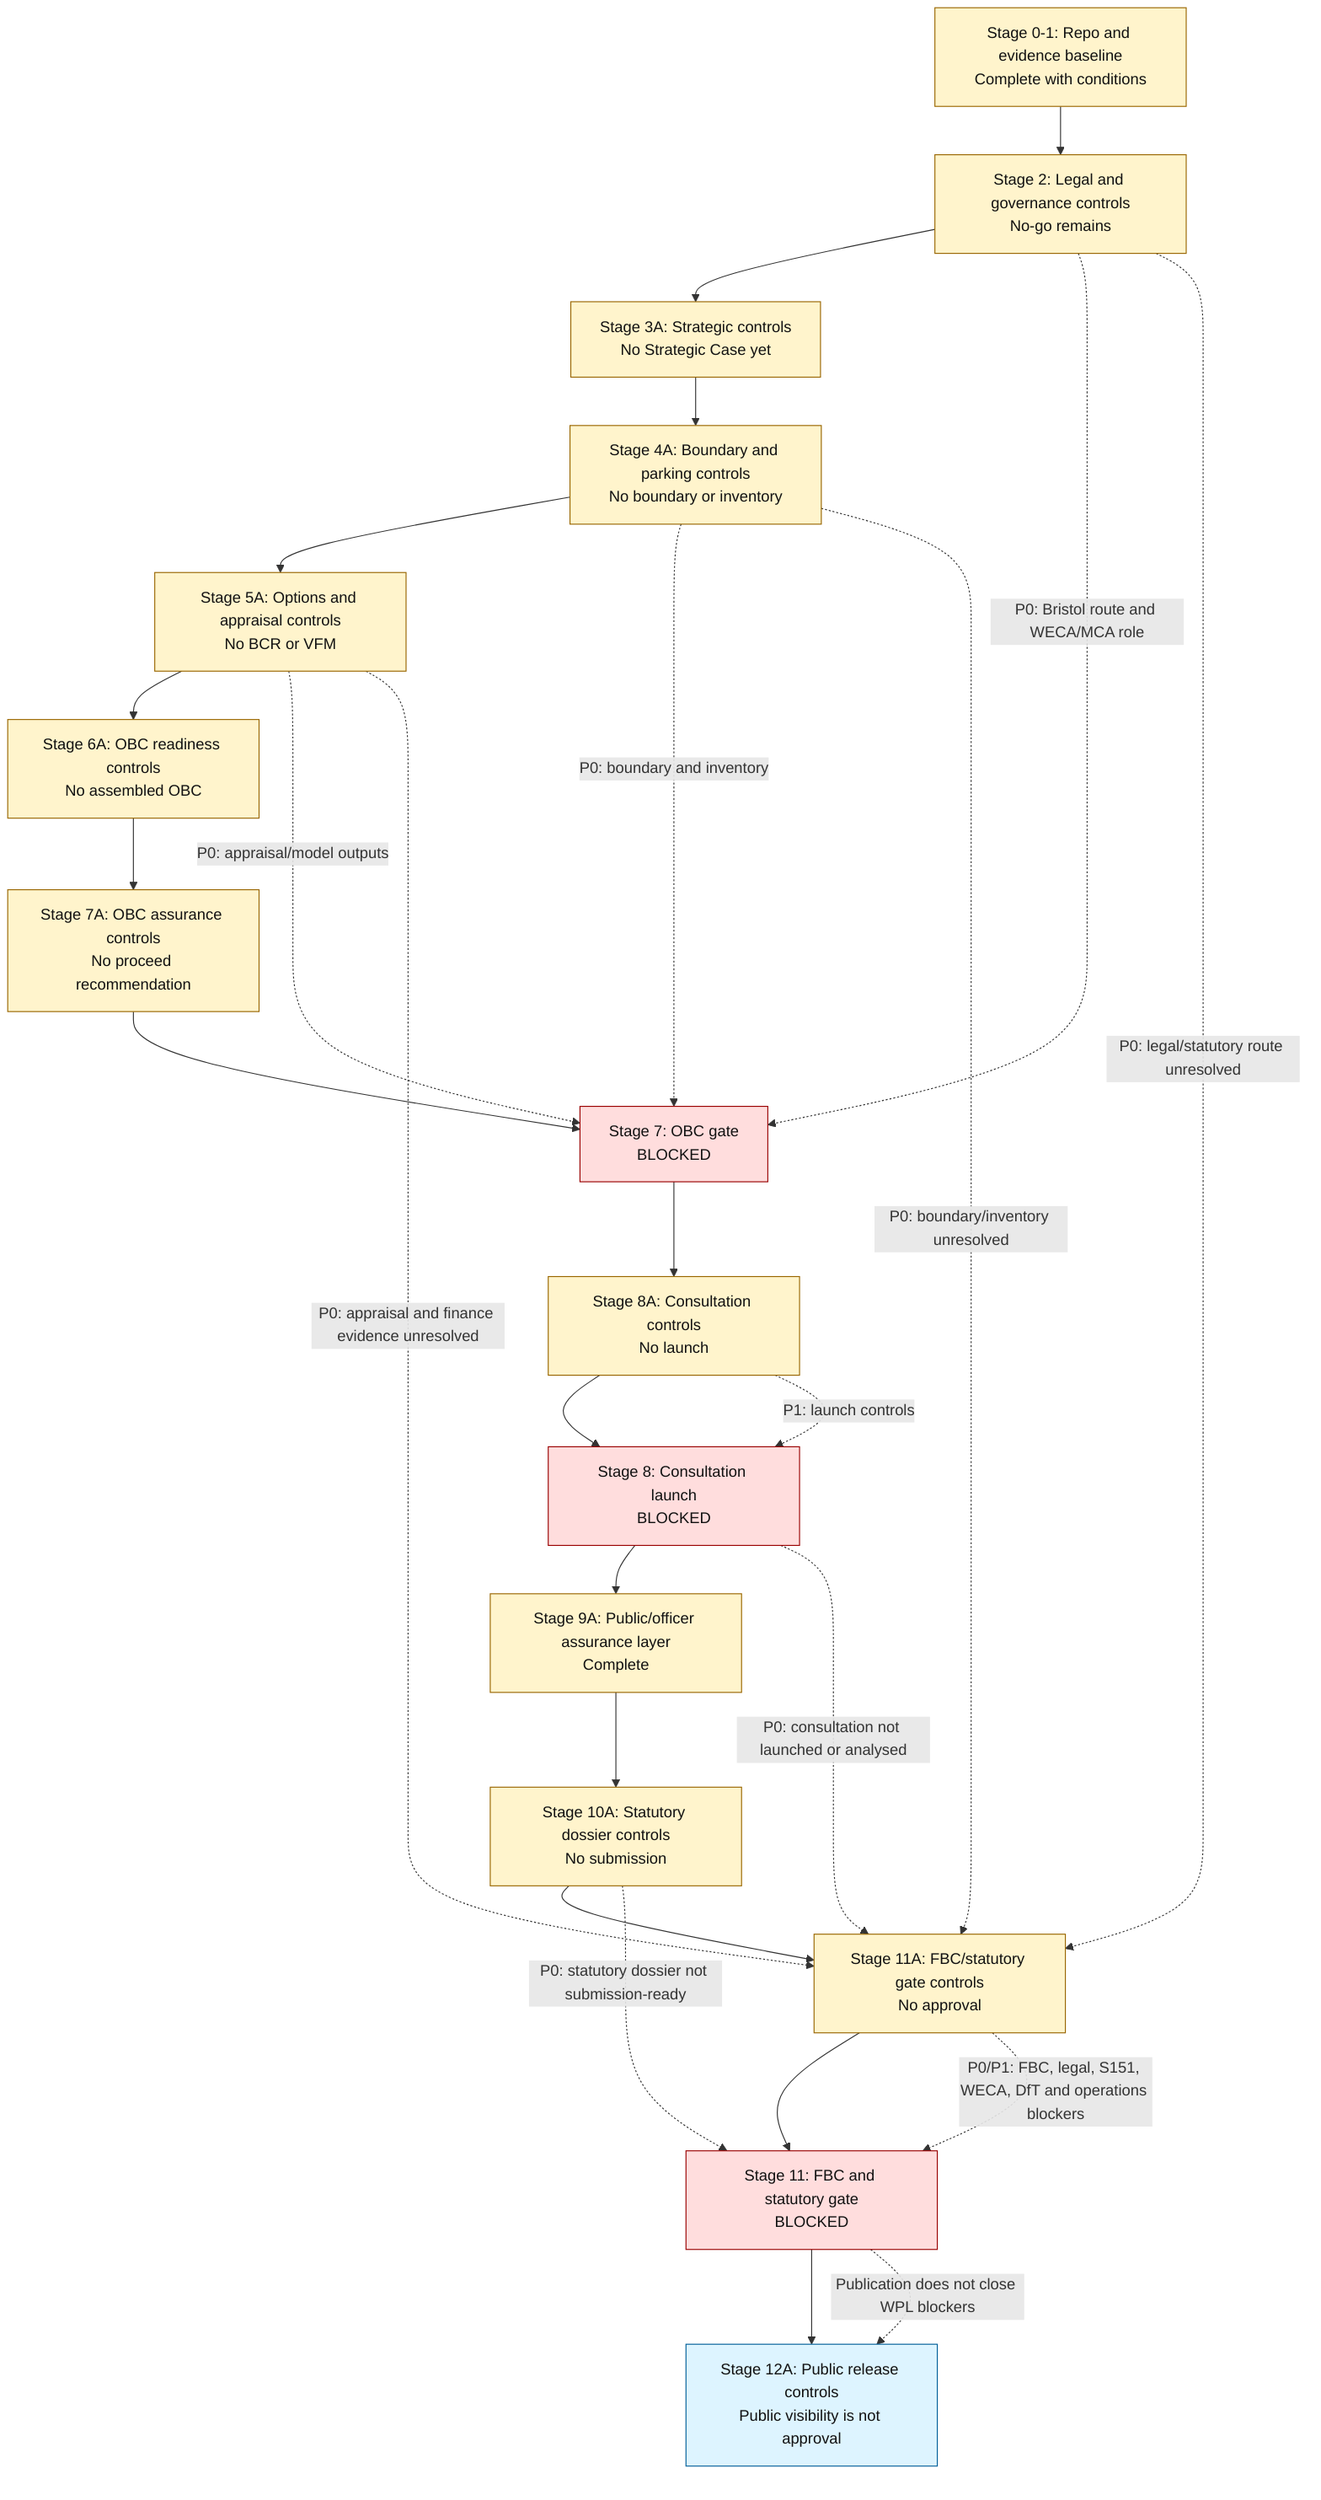
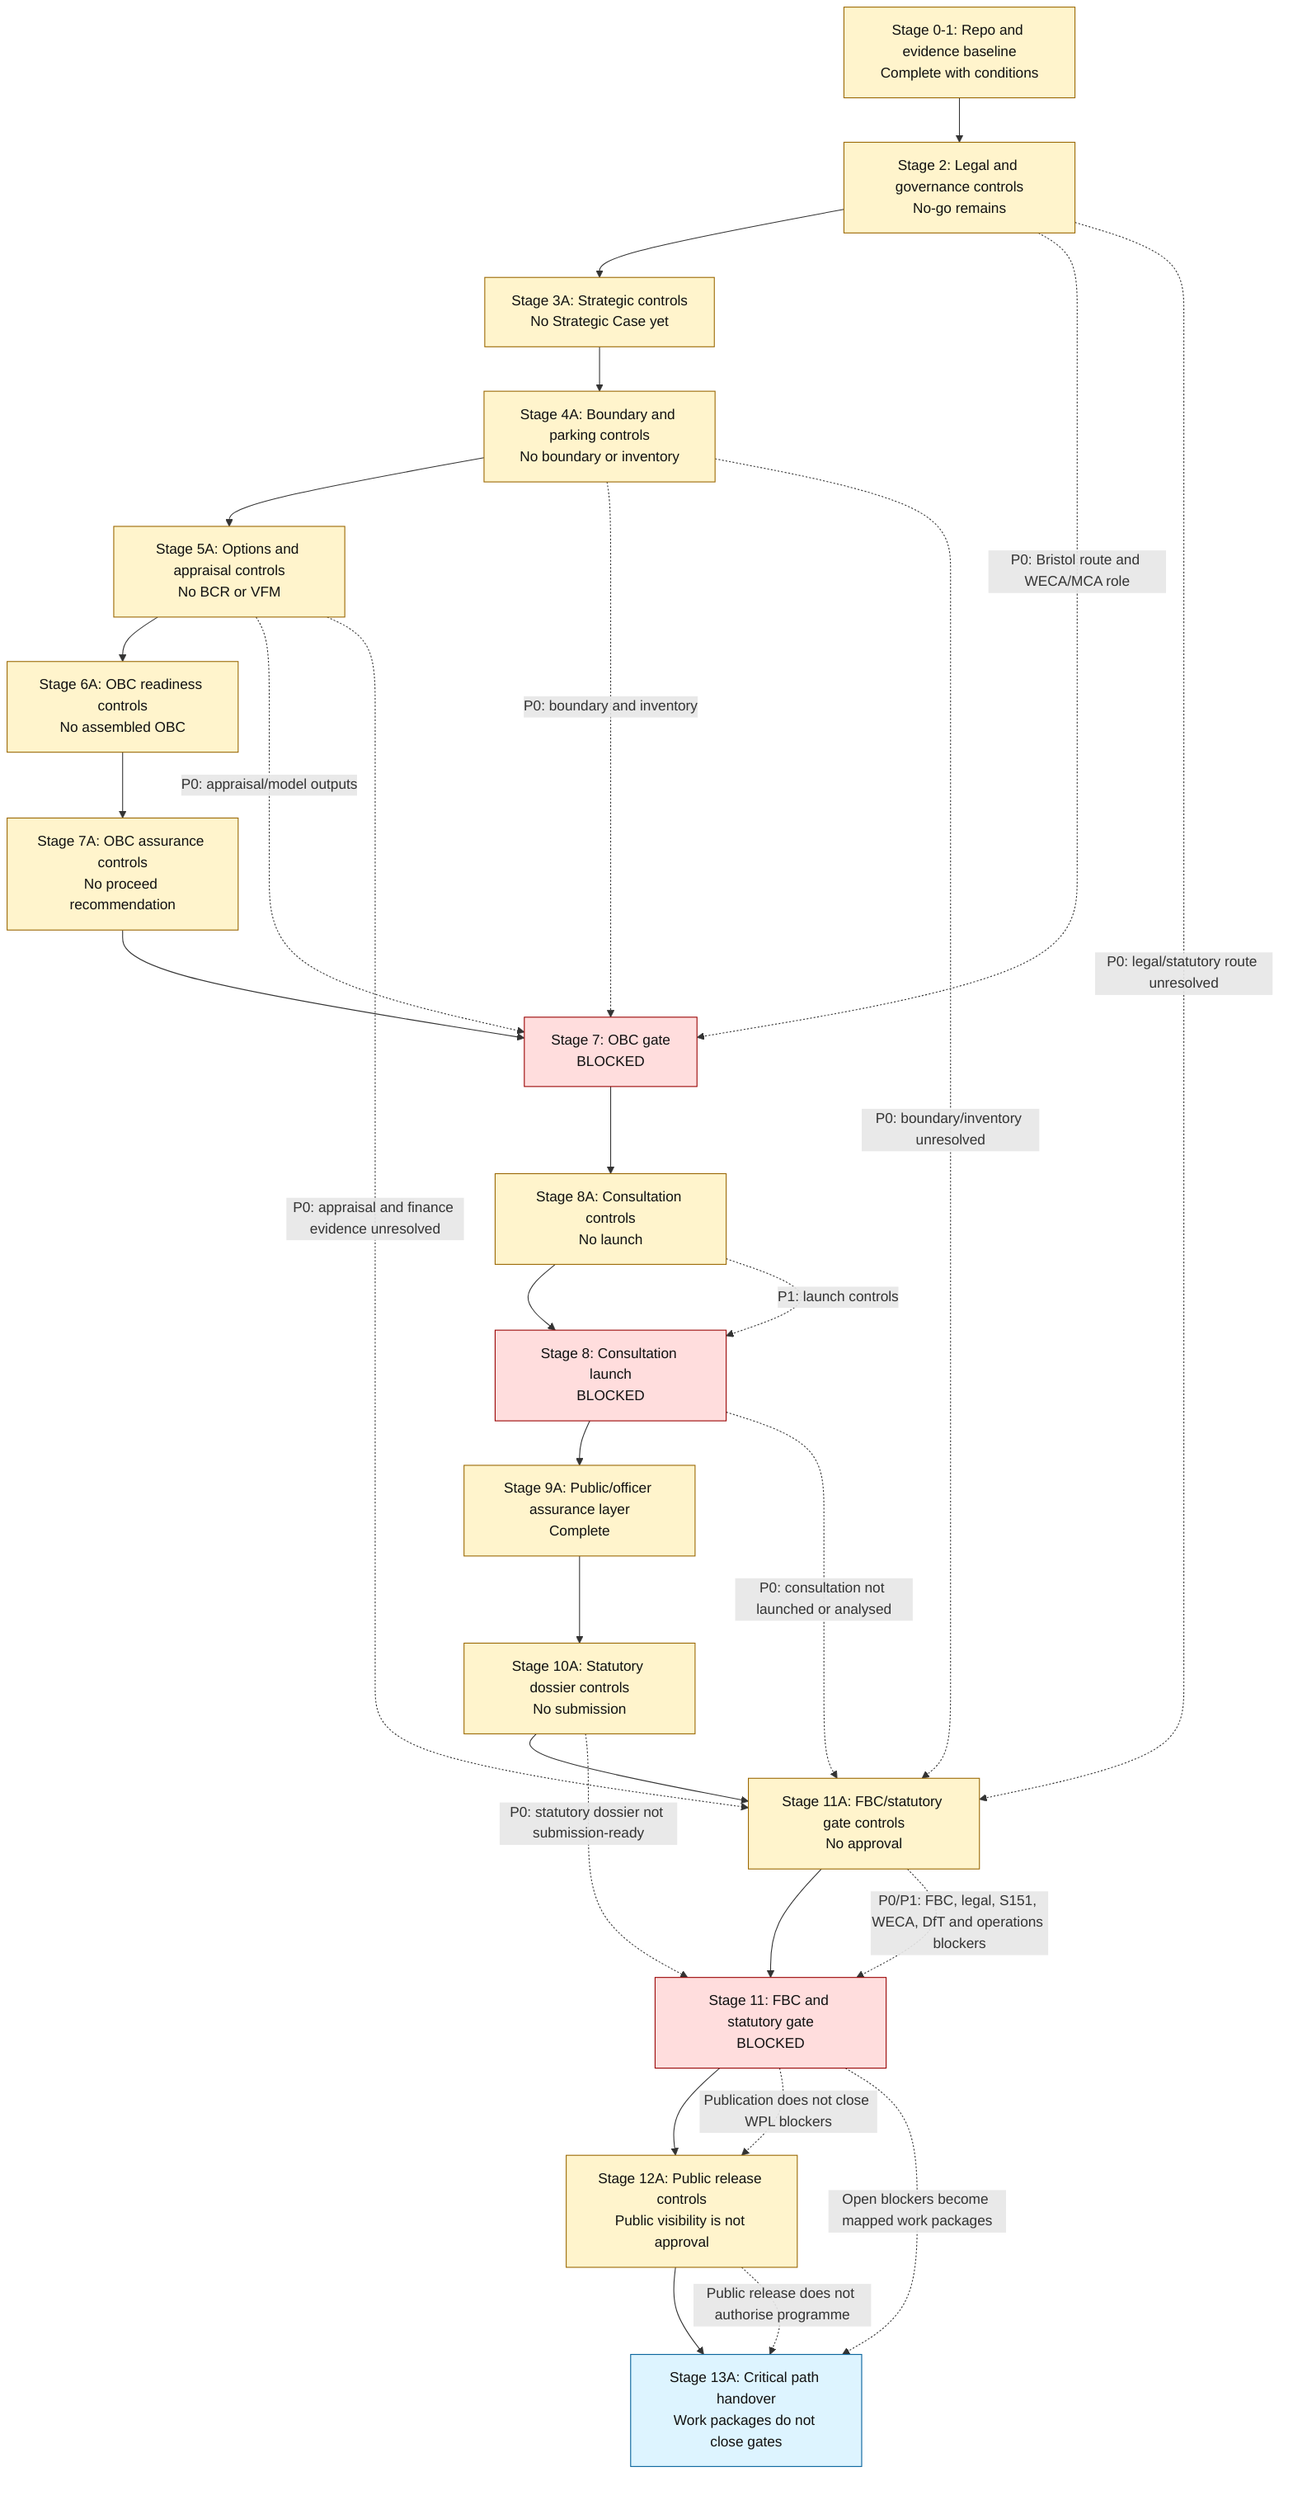
flowchart TD
    A["Stage 0-1: Repo and evidence baseline<br/>Complete with conditions"] --> B["Stage 2: Legal and governance controls<br/>No-go remains"]
    B --> C["Stage 3A: Strategic controls<br/>No Strategic Case yet"]
    C --> D["Stage 4A: Boundary and parking controls<br/>No boundary or inventory"]
    D --> E["Stage 5A: Options and appraisal controls<br/>No BCR or VFM"]
    E --> F["Stage 6A: OBC readiness controls<br/>No assembled OBC"]
    F --> F2["Stage 7A: OBC assurance controls<br/>No proceed recommendation"]
    F2 --> G["Stage 7: OBC gate<br/>BLOCKED"]
    G --> H["Stage 8A: Consultation controls<br/>No launch"]
    H --> I["Stage 8: Consultation launch<br/>BLOCKED"]
    I --> J["Stage 9A: Public/officer assurance layer<br/>Complete"]
    J --> J2["Stage 10A: Statutory dossier controls<br/>No submission"]
    J2 --> K2["Stage 11A: FBC/statutory gate controls<br/>No approval"]
    K2 --> K["Stage 11: FBC and statutory gate<br/>BLOCKED"]
    K --> L["Stage 12A: Public release controls<br/>Public visibility is not approval"]
+     L --> M["Stage 13A: Critical path handover<br/>Work packages do not close gates"]

    B -. "P0: Bristol route and WECA/MCA role" .-> G
    D -. "P0: boundary and inventory" .-> G
    E -. "P0: appraisal/model outputs" .-> G
    H -. "P1: launch controls" .-> I
    B -. "P0: legal/statutory route unresolved" .-> K2
    D -. "P0: boundary/inventory unresolved" .-> K2
    E -. "P0: appraisal and finance evidence unresolved" .-> K2
    I -. "P0: consultation not launched or analysed" .-> K2
    J2 -. "P0: statutory dossier not submission-ready" .-> K
    K2 -. "P0/P1: FBC, legal, S151, WECA, DfT and operations blockers" .-> K
    K -. "Publication does not close WPL blockers" .-> L
+     K -. "Open blockers become mapped work packages" .-> M
+     L -. "Public release does not authorise programme" .-> M

    classDef blocked fill:#ffdddd,stroke:#990000,color:#111111;
    classDef control fill:#fff4cc,stroke:#996600,color:#111111;
    classDef current fill:#ddf4ff,stroke:#005f99,color:#111111;

    class G,I,K blocked;
-     class A,B,C,D,E,F,F2,H,J,J2,K2 control;
-     class L current;
+     class A,B,C,D,E,F,F2,H,J,J2,K2,L control;
+     class M current;
